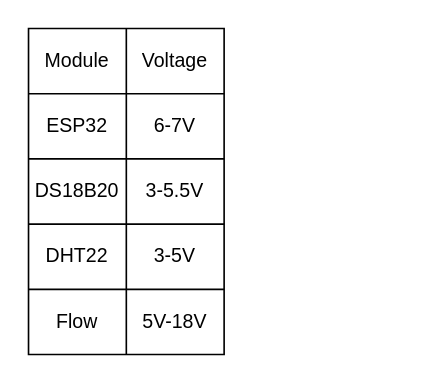
Earlier version of the draw.io diagram page "Page-7" (7 of 7) of Diagram/Electrical Diagram.drawio (ThashmikaX/Solar-Project). Source tidied: cells renumbered, new cells numbered last; positions are measured from the earlier drawing's top-left corner, leaving out a move shared by most shapes. Both pictures are drawn from the tidied source at 163%, with x=0, y=0 at pixel (28, 28).
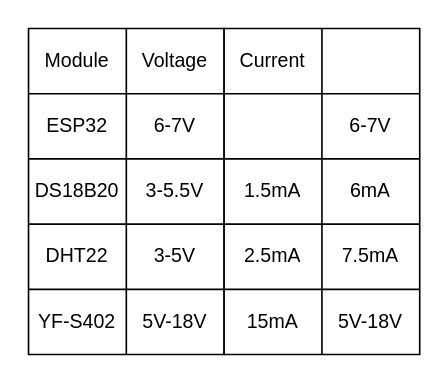
The same page after the edit.

The change refers to these unchanged cells:
```xml
<mxCell id="15" style="shape=tableRow;horizontal=0;startSize=0;swimlaneHead=0;swimlaneBody=0;strokeColor=inherit;top=0;left=0;bottom=0;right=0;fillColor=none;" parent="2" vertex="1">
  <mxGeometry y="160" width="120" height="40" as="geometry" />
</mxCell>
```

Change to the diagram source:
```diff
@@
-    <mxCell id="16" value="Flow" style="shape=partialRectangle;html=1;whiteSpace=wrap;strokeColor=inherit;overflow=hidden;fillColor=none;top=0;left=0;bottom=0;right=0;" parent="15" vertex="1">
+    <mxCell id="16" value="YF-S402" style="shape=partialRectangle;html=1;whiteSpace=wrap;strokeColor=inherit;overflow=hidden;fillColor=none;top=0;left=0;bottom=0;right=0;" parent="15" vertex="1">
       <mxGeometry width="60" height="40" as="geometry" />
     </mxCell>
@@
+    <mxCell id="18" style="shape=table;startSize=0;childLayout=tableLayout;align=left;" parent="1" vertex="1">
+      <mxGeometry x="120" width="120" height="200" as="geometry" />
+    </mxCell>
+    <mxCell id="19" style="shape=tableRow;horizontal=0;startSize=0;swimlaneHead=0;swimlaneBody=0;strokeColor=inherit;top=0;left=0;bottom=0;right=0;fillColor=none;" parent="18" vertex="1">
+      <mxGeometry width="120" height="40" as="geometry" />
+    </mxCell>
+    <mxCell id="20" value="Current" style="shape=partialRectangle;html=1;whiteSpace=wrap;strokeColor=inherit;overflow=hidden;fillColor=none;top=0;left=0;bottom=0;right=0;" parent="19" vertex="1">
+      <mxGeometry width="60" height="40" as="geometry" />
+    </mxCell>
+    <mxCell id="21" style="shape=partialRectangle;html=1;whiteSpace=wrap;strokeColor=inherit;overflow=hidden;fillColor=none;top=0;left=0;bottom=0;right=0;" parent="19" vertex="1">
+      <mxGeometry x="60" width="60" height="40" as="geometry" />
+    </mxCell>
+    <mxCell id="22" style="shape=tableRow;horizontal=0;startSize=0;swimlaneHead=0;swimlaneBody=0;strokeColor=inherit;top=0;left=0;bottom=0;right=0;fillColor=none;" parent="18" vertex="1">
+      <mxGeometry y="40" width="120" height="40" as="geometry" />
+    </mxCell>
+    <mxCell id="23" style="shape=partialRectangle;html=1;whiteSpace=wrap;strokeColor=inherit;overflow=hidden;fillColor=none;top=0;left=0;bottom=0;right=0;" parent="22" vertex="1">
+      <mxGeometry width="60" height="40" as="geometry" />
+    </mxCell>
+    <mxCell id="24" value="6-7V" style="shape=partialRectangle;html=1;whiteSpace=wrap;strokeColor=inherit;overflow=hidden;fillColor=none;top=0;left=0;bottom=0;right=0;" parent="22" vertex="1">
+      <mxGeometry x="60" width="60" height="40" as="geometry" />
+    </mxCell>
+    <mxCell id="25" style="shape=tableRow;horizontal=0;startSize=0;swimlaneHead=0;swimlaneBody=0;strokeColor=inherit;top=0;left=0;bottom=0;right=0;fillColor=none;" parent="18" vertex="1">
+      <mxGeometry y="80" width="120" height="40" as="geometry" />
+    </mxCell>
+    <mxCell id="26" value="1.5mA" style="shape=partialRectangle;html=1;whiteSpace=wrap;strokeColor=inherit;overflow=hidden;fillColor=none;top=0;left=0;bottom=0;right=0;" parent="25" vertex="1">
+      <mxGeometry width="60" height="40" as="geometry" />
+    </mxCell>
+    <mxCell id="27" value="6mA" style="shape=partialRectangle;html=1;whiteSpace=wrap;strokeColor=inherit;overflow=hidden;fillColor=none;top=0;left=0;bottom=0;right=0;" parent="25" vertex="1">
+      <mxGeometry x="60" width="60" height="40" as="geometry" />
+    </mxCell>
+    <mxCell id="28" style="shape=tableRow;horizontal=0;startSize=0;swimlaneHead=0;swimlaneBody=0;strokeColor=inherit;top=0;left=0;bottom=0;right=0;fillColor=none;" parent="18" vertex="1">
+      <mxGeometry y="120" width="120" height="40" as="geometry" />
+    </mxCell>
+    <mxCell id="29" value="2.5mA" style="shape=partialRectangle;html=1;whiteSpace=wrap;strokeColor=inherit;overflow=hidden;fillColor=none;top=0;left=0;bottom=0;right=0;" parent="28" vertex="1">
+      <mxGeometry width="60" height="40" as="geometry" />
+    </mxCell>
+    <mxCell id="30" value="7.5mA" style="shape=partialRectangle;html=1;whiteSpace=wrap;strokeColor=inherit;overflow=hidden;fillColor=none;top=0;left=0;bottom=0;right=0;" parent="28" vertex="1">
+      <mxGeometry x="60" width="60" height="40" as="geometry" />
+    </mxCell>
+    <mxCell id="31" style="shape=tableRow;horizontal=0;startSize=0;swimlaneHead=0;swimlaneBody=0;strokeColor=inherit;top=0;left=0;bottom=0;right=0;fillColor=none;" parent="18" vertex="1">
+      <mxGeometry y="160" width="120" height="40" as="geometry" />
+    </mxCell>
+    <mxCell id="32" value="15mA" style="shape=partialRectangle;html=1;whiteSpace=wrap;strokeColor=inherit;overflow=hidden;fillColor=none;top=0;left=0;bottom=0;right=0;" parent="31" vertex="1">
+      <mxGeometry width="60" height="40" as="geometry" />
+    </mxCell>
+    <mxCell id="33" value="5V-18V" style="shape=partialRectangle;html=1;whiteSpace=wrap;strokeColor=inherit;overflow=hidden;fillColor=none;top=0;left=0;bottom=0;right=0;" parent="31" vertex="1">
+      <mxGeometry x="60" width="60" height="40" as="geometry" />
+    </mxCell>
```
